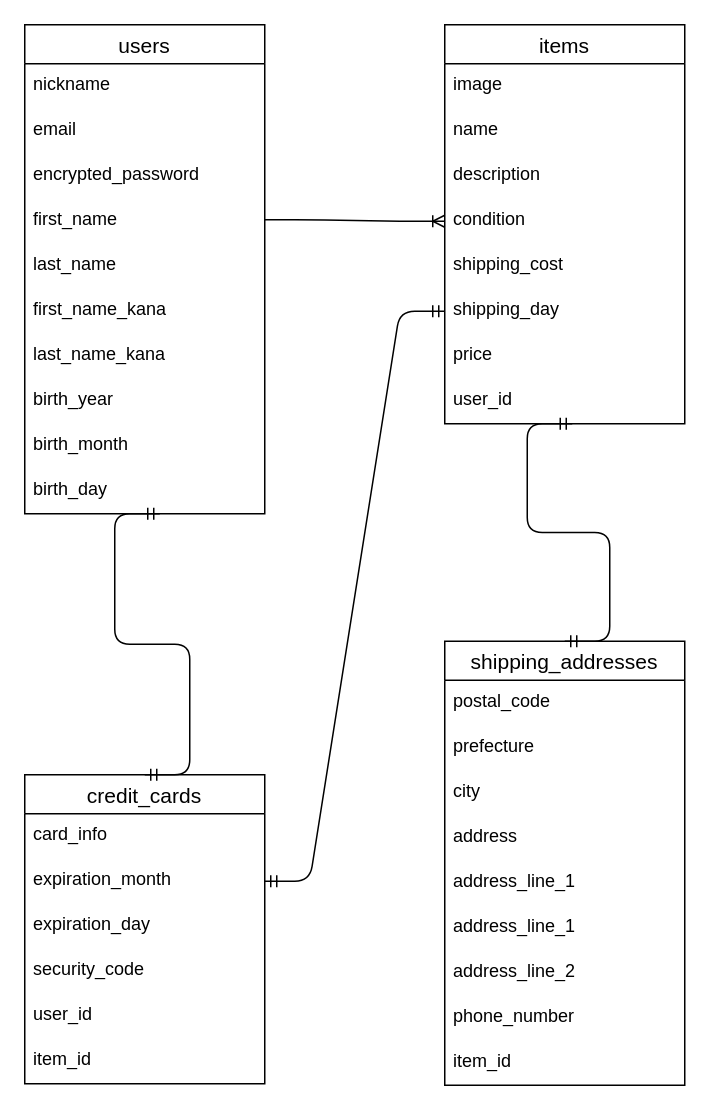
honda-gentuki/furima-37854 keeps this draw.io diagram as furima.dio. Above is the earlier version. Source tidied: cells renumbered, new cells numbered last; positions are measured from the earlier drawing's top-left corner, leaving out a move shared by most shapes. Both pictures are drawn from the tidied source at 150%, with x=0, y=0 at pixel (24, 24).
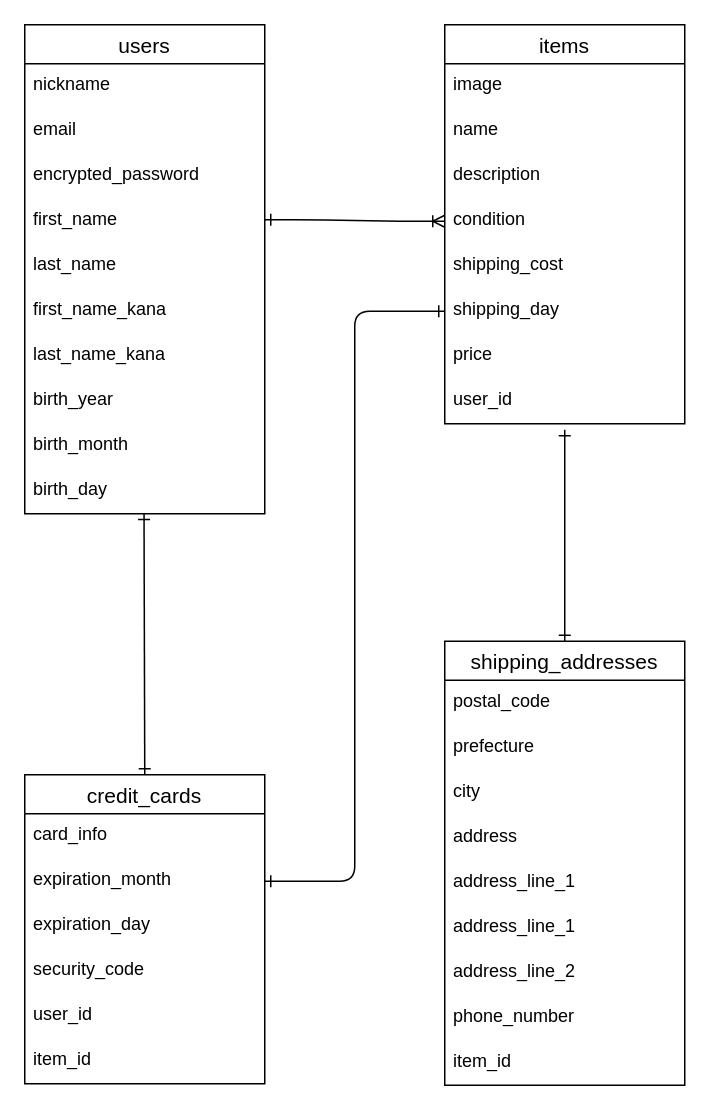
After the change.

The change refers to these unchanged cells:
```xml
<mxCell id="12" value="birth_day" style="text;strokeColor=none;fillColor=none;spacingLeft=4;spacingRight=4;overflow=hidden;points=[[0,0.5],[1,0.5]];portConstraint=eastwest;fontSize=12;" parent="2" vertex="1">
  <mxGeometry y="296" width="160" height="30" as="geometry" />
</mxCell>
<mxCell id="17" value="condition" style="text;strokeColor=none;fillColor=none;spacingLeft=4;spacingRight=4;overflow=hidden;points=[[0,0.5],[1,0.5]];portConstraint=eastwest;fontSize=12;" parent="13" vertex="1">
  <mxGeometry y="116" width="160" height="30" as="geometry" />
</mxCell>
<mxCell id="19" value="shipping_day" style="text;strokeColor=none;fillColor=none;spacingLeft=4;spacingRight=4;overflow=hidden;points=[[0,0.5],[1,0.5]];portConstraint=eastwest;fontSize=12;" parent="13" vertex="1">
  <mxGeometry y="176" width="160" height="30" as="geometry" />
</mxCell>
<mxCell id="22" value="shipping_addresses" style="swimlane;fontStyle=0;horizontal=1;startSize=26;align=center;fontSize=14;" parent="1" vertex="1">
  <mxGeometry x="280" y="411" width="160" height="296" as="geometry" />
</mxCell>
<mxCell id="32" value="credit_cards" style="swimlane;fontStyle=0;horizontal=1;startSize=26;align=center;fontSize=14;" parent="1" vertex="1">
  <mxGeometry y="500" width="160" height="206" as="geometry" />
</mxCell>
<mxCell id="34" value="expiration_month" style="text;strokeColor=none;fillColor=none;spacingLeft=4;spacingRight=4;overflow=hidden;points=[[0,0.5],[1,0.5]];portConstraint=eastwest;fontSize=12;" parent="32" vertex="1">
  <mxGeometry y="56" width="160" height="30" as="geometry" />
</mxCell>
```

Diff of the diagram source:
```diff
@@
-    <mxCell id="39" style="edgeStyle=entityRelationEdgeStyle;fontSize=12;html=1;endArrow=ERoneToMany;entryX=0;entryY=0.5;entryDx=0;entryDy=0;" parent="1" edge="1" target="17">
+    <mxCell id="39" style="edgeStyle=entityRelationEdgeStyle;fontSize=12;html=1;endArrow=ERoneToMany;entryX=0;entryY=0.5;entryDx=0;entryDy=0;startArrow=ERone;startFill=0;" parent="1" edge="1" target="17">
       <mxGeometry relative="1" as="geometry">
         <mxPoint x="160" y="130" as="sourcePoint" />
       </mxGeometry>
     </mxCell>
-    <mxCell id="40" style="edgeStyle=entityRelationEdgeStyle;fontSize=12;html=1;endArrow=ERmandOne;startArrow=ERmandOne;exitX=0.5;exitY=0;exitDx=0;exitDy=0;" parent="1" edge="1" source="32">
-      <mxGeometry relative="1" as="geometry">
-        <mxPoint x="90" y="326" as="targetPoint" />
-      </mxGeometry>
+    <mxCell id="40" style="fontSize=12;html=1;endArrow=ERone;startArrow=ERone;exitX=0.5;exitY=0;exitDx=0;exitDy=0;startFill=0;endFill=0;entryX=0.497;entryY=0.995;entryDx=0;entryDy=0;entryPerimeter=0;" parent="1" edge="1" source="32" target="12">
+      <mxGeometry relative="1" as="geometry" />
     </mxCell>
-    <mxCell id="41" style="edgeStyle=entityRelationEdgeStyle;fontSize=12;html=1;endArrow=ERmandOne;startArrow=ERmandOne;exitX=0.5;exitY=0;exitDx=0;exitDy=0;" parent="1" edge="1" source="22">
+    <mxCell id="41" style="fontSize=12;html=1;endArrow=ERone;startArrow=ERone;exitX=0.5;exitY=0;exitDx=0;exitDy=0;startFill=0;endFill=0;" parent="1" edge="1" source="22">
       <mxGeometry relative="1" as="geometry">
-        <mxPoint x="365" y="266" as="targetPoint" />
+        <mxPoint x="360" y="270" as="targetPoint" />
       </mxGeometry>
     </mxCell>
-    <mxCell id="42" style="edgeStyle=entityRelationEdgeStyle;fontSize=12;html=1;endArrow=ERmandOne;startArrow=ERmandOne;entryX=0;entryY=0.5;entryDx=0;entryDy=0;exitX=1;exitY=0.5;exitDx=0;exitDy=0;" parent="1" edge="1" source="34" target="19">
+    <mxCell id="42" style="edgeStyle=orthogonalEdgeStyle;fontSize=12;html=1;endArrow=ERone;startArrow=ERone;entryX=0;entryY=0.5;entryDx=0;entryDy=0;exitX=1;exitY=0.5;exitDx=0;exitDy=0;startFill=0;endFill=0;" parent="1" edge="1" source="34" target="19">
       <mxGeometry relative="1" as="geometry" />
     </mxCell>
```
